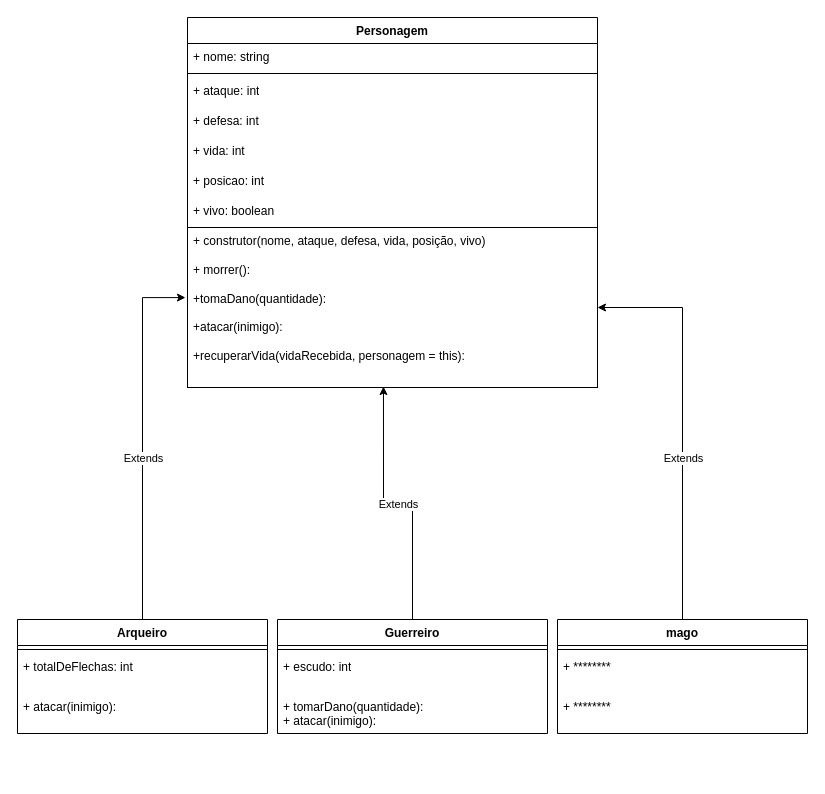
Before: aulas/aula10/JogoRPG.drawio in walterhml/logica-de-progamacao, a draw.io diagram. Source tidied: cells renumbered, new cells numbered last; positions are measured from the earlier drawing's top-left corner, leaving out a move shared by most shapes. Both pictures are drawn from the tidied source at 100%, with x=0, y=0 at pixel (17, 17).
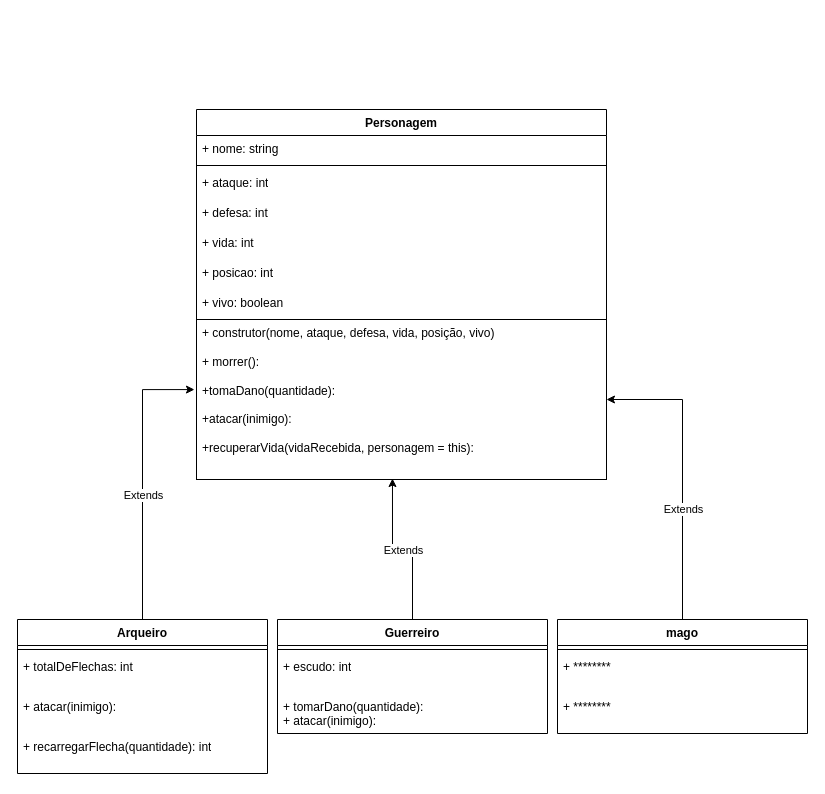
After the change.

What changed in the source:
```diff
@@
     <mxCell id="2" value="Personagem" style="swimlane;fontStyle=1;align=center;verticalAlign=top;horizontal=1;startSize=26;whiteSpace=wrap;html=1;" parent="1" vertex="1">
-      <mxGeometry x="170" width="410" height="370" as="geometry" />
+      <mxGeometry x="179" y="92" width="410" height="370" as="geometry" />
     </mxCell>
@@
     <mxCell id="11" value="Arqueiro" style="swimlane;fontStyle=1;align=center;verticalAlign=top;horizontal=1;startSize=26;whiteSpace=wrap;html=1;" parent="1" vertex="1">
-      <mxGeometry y="602" width="250" height="114" as="geometry" />
+      <mxGeometry y="602" width="250" height="154" as="geometry" />
     </mxCell>
@@
+    <mxCell id="29" value="+ recarregarFlecha(quantidade): int" style="text;strokeColor=none;fillColor=none;align=left;verticalAlign=top;spacingLeft=4;spacingRight=4;overflow=hidden;whiteSpace=wrap;html=1;" parent="11" vertex="1">
+      <mxGeometry y="114" width="250" height="40" as="geometry" />
+    </mxCell>
```
